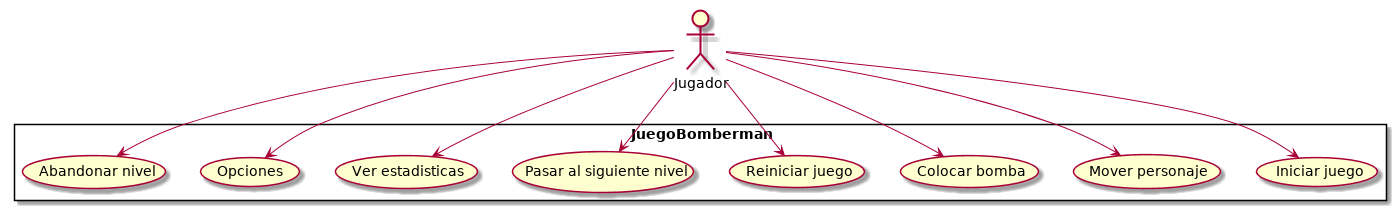
vtroitio/Bomberman keeps this PlantUML diagram as Bomberman UML/Diagrama de caso de uso/ver1/Bomberman_UML_Caso_de_uso_v.1.png. Above is the earlier version.
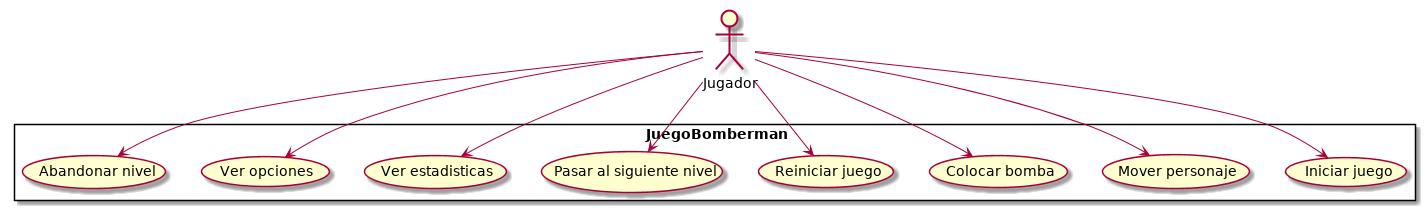
The same diagram one commit later.

Commit message:
Cambio diagrama de casos de uso

Diff of the diagram source:
```diff
@@ -7,7 +7,7 @@
 Jugador --> (Reiniciar juego)
 Jugador --> (Pasar al siguiente nivel)
 Jugador --> (Ver estadisticas)
-Jugador --> (Opciones)
+Jugador --> (Ver opciones)
 Jugador --> (Abandonar nivel)
 }
 @enduml
```
